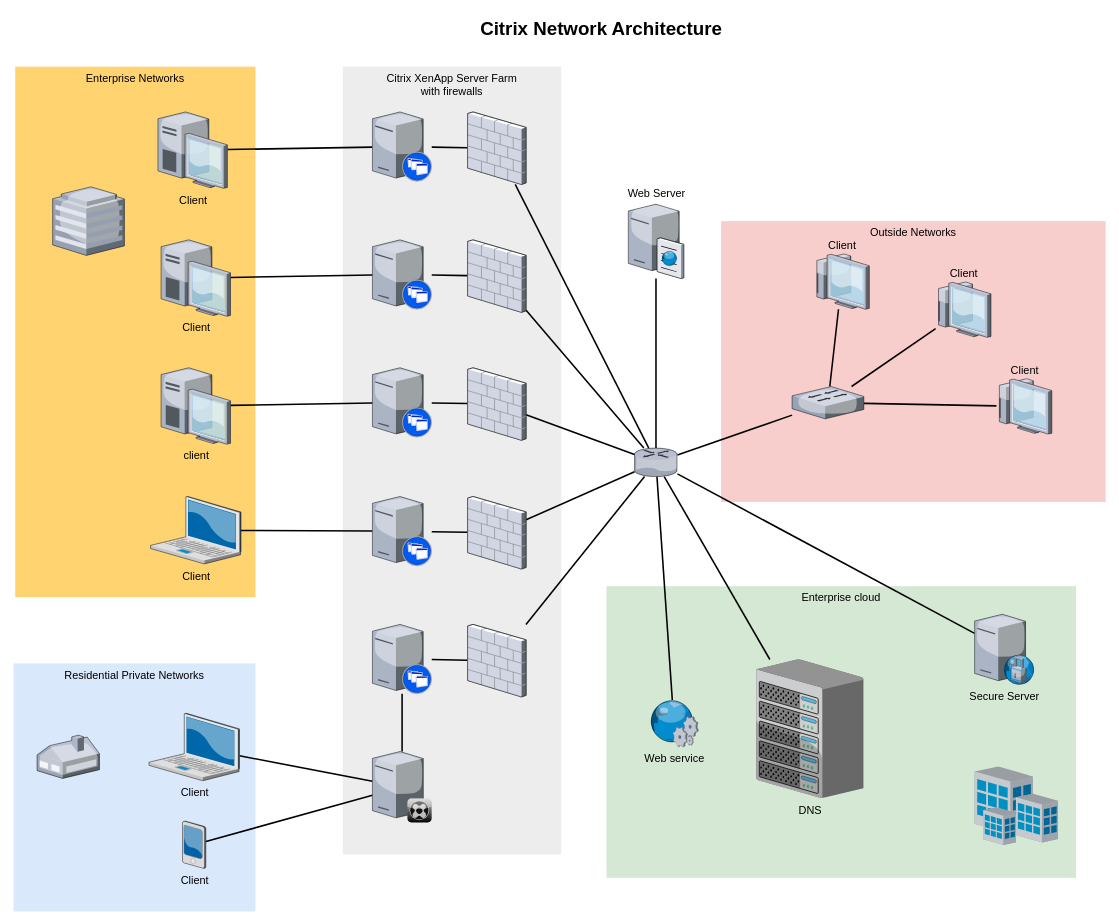
Earlier version of the draw.io diagram Untitled Diagram.drawio (luube4r/Lululand). Source tidied: cells renumbered, new cells numbered last; positions are measured from the earlier drawing's top-left corner, leaving out a move shared by most shapes. Both pictures are drawn from the tidied source at 78%, with x=0, y=0 at pixel (13, 13).
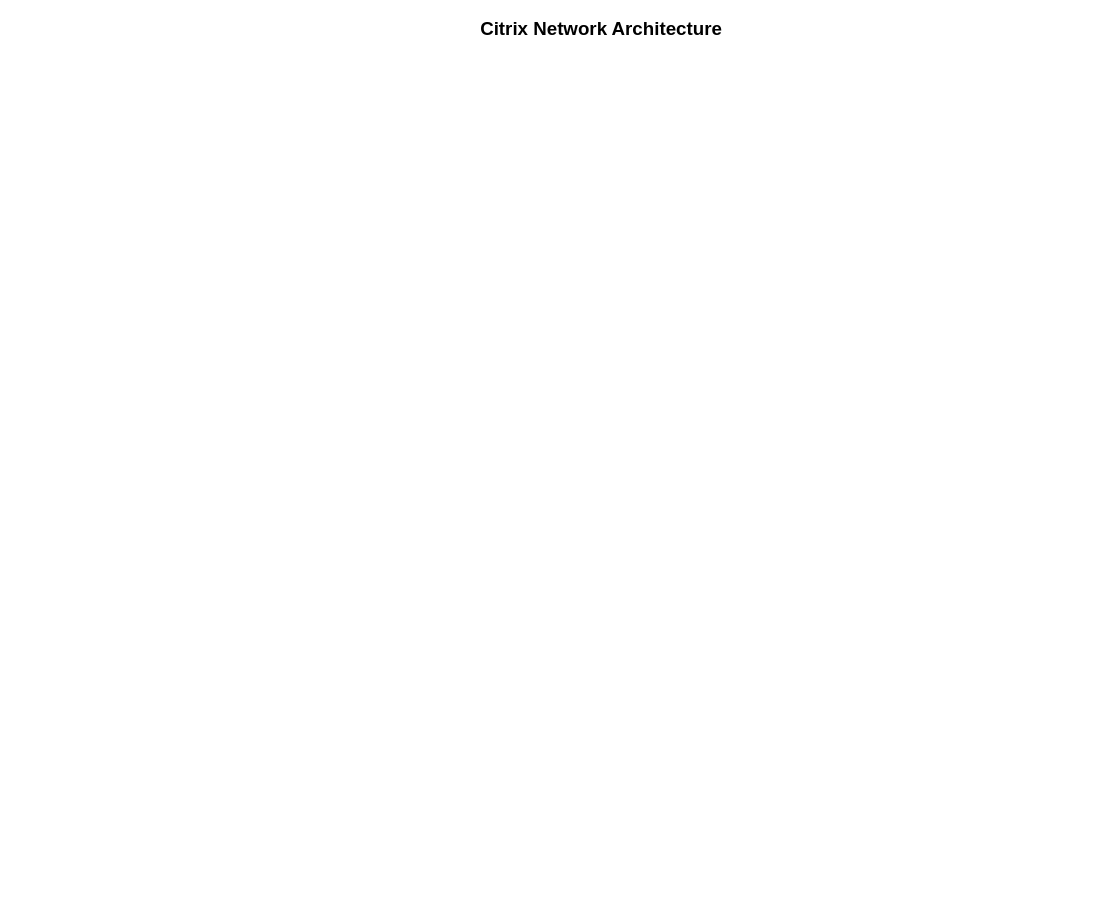
The same diagram, later.

Commit message:
LuluLand Topography

Change to the diagram source:
```diff
@@
-    <mxCell id="2" value="Outside Networks" style="whiteSpace=wrap;html=1;fillColor=#f8cecc;fontSize=14;strokeColor=none;verticalAlign=top;" parent="1" vertex="1">
-      <mxGeometry x="907" y="266" width="493" height="360" as="geometry" />
-    </mxCell>
-    <mxCell id="3" value="Enterprise cloud" style="whiteSpace=wrap;html=1;fillColor=#d5e8d4;fontSize=14;strokeColor=none;verticalAlign=top;" parent="1" vertex="1">
-      <mxGeometry x="760" y="734" width="602" height="374" as="geometry" />
-    </mxCell>
-    <mxCell id="4" value="Citrix XenApp Server Farm&lt;div&gt;with firewalls&lt;/div&gt;" style="whiteSpace=wrap;html=1;fillColor=#EDEDED;fontSize=14;strokeColor=none;verticalAlign=top;" parent="1" vertex="1">
-      <mxGeometry x="422" y="68" width="280" height="1010" as="geometry" />
-    </mxCell>
-    <mxCell id="5" value="Residential Private Networks" style="whiteSpace=wrap;html=1;fillColor=#dae8fc;fontSize=14;strokeColor=none;verticalAlign=top;" parent="1" vertex="1">
-      <mxGeometry y="833" width="310" height="318" as="geometry" />
-    </mxCell>
-    <mxCell id="6" value="Enterprise Networks" style="whiteSpace=wrap;html=1;fillColor=#FFD470;gradientColor=none;fontSize=14;strokeColor=none;verticalAlign=top;" parent="1" vertex="1">
-      <mxGeometry x="2" y="68" width="308" height="680" as="geometry" />
-    </mxCell>
-    <mxCell id="7" style="edgeStyle=none;rounded=0;html=1;startSize=10;endSize=10;jettySize=auto;fontSize=14;endArrow=none;endFill=0;strokeWidth=2;" parent="1" edge="1" source="8" target="35">
-      <mxGeometry relative="1" as="geometry" />
-    </mxCell>
-    <mxCell id="8" value="Client" style="verticalLabelPosition=bottom;html=1;verticalAlign=top;strokeColor=none;shape=mxgraph.citrix.laptop_2;fillColor=#66B2FF;gradientColor=#0066CC;fontSize=14;" parent="1" vertex="1">
-      <mxGeometry x="173.5" y="897" width="116" height="86.5" as="geometry" />
-    </mxCell>
-    <mxCell id="9" style="edgeStyle=none;rounded=0;html=1;startSize=10;endSize=10;jettySize=auto;fontSize=14;endArrow=none;endFill=0;strokeWidth=2;" parent="1" edge="1" source="10" target="22">
-      <mxGeometry relative="1" as="geometry" />
-    </mxCell>
-    <mxCell id="10" value="Client" style="verticalLabelPosition=bottom;html=1;verticalAlign=top;strokeColor=none;shape=mxgraph.citrix.laptop_2;fillColor=#66B2FF;gradientColor=#0066CC;fontSize=14;" parent="1" vertex="1">
-      <mxGeometry x="175.5" y="619" width="116" height="86.5" as="geometry" />
-    </mxCell>
-    <mxCell id="11" style="edgeStyle=none;rounded=0;html=1;startSize=10;endSize=10;jettySize=auto;fontSize=14;endArrow=none;endFill=0;strokeWidth=2;" parent="1" edge="1" source="12" target="24">
-      <mxGeometry relative="1" as="geometry" />
-    </mxCell>
-    <mxCell id="12" value="client" style="verticalLabelPosition=bottom;html=1;verticalAlign=top;strokeColor=none;shape=mxgraph.citrix.desktop;fillColor=#66B2FF;gradientColor=#0066CC;fontSize=14;" parent="1" vertex="1">
-      <mxGeometry x="189" y="454" width="89" height="98" as="geometry" />
-    </mxCell>
-    <mxCell id="13" style="edgeStyle=none;rounded=0;html=1;startSize=10;endSize=10;jettySize=auto;fontSize=14;endArrow=none;endFill=0;strokeWidth=2;" parent="1" edge="1" source="14" target="26">
-      <mxGeometry relative="1" as="geometry" />
-    </mxCell>
-    <mxCell id="14" value="Client" style="verticalLabelPosition=bottom;html=1;verticalAlign=top;strokeColor=none;shape=mxgraph.citrix.desktop;fillColor=#66B2FF;gradientColor=#0066CC;fontSize=14;" parent="1" vertex="1">
-      <mxGeometry x="189" y="290" width="89" height="98" as="geometry" />
-    </mxCell>
-    <mxCell id="15" style="edgeStyle=none;rounded=0;html=1;startSize=10;endSize=10;jettySize=auto;fontSize=14;endArrow=none;endFill=0;strokeWidth=2;" parent="1" edge="1" source="16" target="28">
-      <mxGeometry relative="1" as="geometry" />
-    </mxCell>
-    <mxCell id="16" value="Client" style="verticalLabelPosition=bottom;html=1;verticalAlign=top;strokeColor=none;shape=mxgraph.citrix.desktop;fillColor=#66B2FF;gradientColor=#0066CC;fontSize=14;" parent="1" vertex="1">
-      <mxGeometry x="185" y="126" width="89" height="98" as="geometry" />
-    </mxCell>
-    <mxCell id="17" style="edgeStyle=none;rounded=0;html=1;startSize=10;endSize=10;jettySize=auto;fontSize=14;endArrow=none;endFill=0;strokeWidth=2;" parent="1" edge="1" source="18" target="35">
-      <mxGeometry relative="1" as="geometry" />
-    </mxCell>
-    <mxCell id="18" value="Client" style="verticalLabelPosition=bottom;html=1;verticalAlign=top;strokeColor=none;shape=mxgraph.citrix.pda;fillColor=#66B2FF;gradientColor=#0066CC;fontSize=14;" parent="1" vertex="1">
-      <mxGeometry x="216.5" y="1035" width="30" height="61" as="geometry" />
-    </mxCell>
-    <mxCell id="19" style="edgeStyle=none;rounded=0;html=1;startSize=10;endSize=10;jettySize=auto;fontSize=14;endArrow=none;endFill=0;strokeWidth=2;" parent="1" edge="1" source="20" target="47">
-      <mxGeometry relative="1" as="geometry" />
-    </mxCell>
-    <mxCell id="20" style="verticalLabelPosition=bottom;html=1;verticalAlign=top;strokeColor=none;shape=mxgraph.citrix.xenapp_server;fillColor=#66B2FF;gradientColor=#0066CC;fontSize=14;" parent="1" vertex="1">
-      <mxGeometry x="460" y="783" width="76" height="89" as="geometry" />
-    </mxCell>
-    <mxCell id="21" style="edgeStyle=none;rounded=0;html=1;startSize=10;endSize=10;jettySize=auto;fontSize=14;endArrow=none;endFill=0;strokeWidth=2;" parent="1" edge="1" source="22" target="45">
-      <mxGeometry relative="1" as="geometry" />
-    </mxCell>
-    <mxCell id="22" style="verticalLabelPosition=bottom;html=1;verticalAlign=top;strokeColor=none;shape=mxgraph.citrix.xenapp_server;fillColor=#66B2FF;gradientColor=#0066CC;fontSize=14;" parent="1" vertex="1">
-      <mxGeometry x="460" y="619" width="76" height="89" as="geometry" />
-    </mxCell>
-    <mxCell id="23" style="edgeStyle=none;rounded=0;html=1;startSize=10;endSize=10;jettySize=auto;fontSize=14;endArrow=none;endFill=0;strokeWidth=2;" parent="1" edge="1" source="24" target="43">
-      <mxGeometry relative="1" as="geometry" />
-    </mxCell>
-    <mxCell id="24" style="verticalLabelPosition=bottom;html=1;verticalAlign=top;strokeColor=none;shape=mxgraph.citrix.xenapp_server;fillColor=#66B2FF;gradientColor=#0066CC;fontSize=14;" parent="1" vertex="1">
-      <mxGeometry x="460" y="454" width="76" height="89" as="geometry" />
-    </mxCell>
-    <mxCell id="25" style="edgeStyle=none;rounded=0;html=1;startSize=10;endSize=10;jettySize=auto;fontSize=14;endArrow=none;endFill=0;strokeWidth=2;" parent="1" edge="1" source="26" target="41">
-      <mxGeometry relative="1" as="geometry" />
-    </mxCell>
-    <mxCell id="26" style="verticalLabelPosition=bottom;html=1;verticalAlign=top;strokeColor=none;shape=mxgraph.citrix.xenapp_server;fillColor=#66B2FF;gradientColor=#0066CC;fontSize=14;" parent="1" vertex="1">
-      <mxGeometry x="460" y="290" width="76" height="89" as="geometry" />
-    </mxCell>
-    <mxCell id="27" style="edgeStyle=none;rounded=0;html=1;startSize=10;endSize=10;jettySize=auto;fontSize=14;endArrow=none;endFill=0;strokeWidth=2;" parent="1" edge="1" source="28" target="39">
-      <mxGeometry relative="1" as="geometry" />
-    </mxCell>
-    <mxCell id="28" style="verticalLabelPosition=bottom;html=1;verticalAlign=top;strokeColor=none;shape=mxgraph.citrix.xenapp_server;fillColor=#66B2FF;gradientColor=#0066CC;fontSize=14;" parent="1" vertex="1">
-      <mxGeometry x="460" y="126" width="76" height="89" as="geometry" />
-    </mxCell>
-    <mxCell id="29" style="edgeStyle=none;rounded=0;html=1;startSize=10;endSize=10;jettySize=auto;fontSize=14;endArrow=none;endFill=0;strokeWidth=2;" parent="1" edge="1" source="33" target="37">
-      <mxGeometry relative="1" as="geometry" />
-    </mxCell>
-    <mxCell id="30" style="edgeStyle=none;rounded=0;html=1;startSize=10;endSize=10;jettySize=auto;fontSize=14;endArrow=none;endFill=0;strokeWidth=2;" parent="1" edge="1" source="33" target="36">
-      <mxGeometry relative="1" as="geometry" />
-    </mxCell>
-    <mxCell id="31" style="edgeStyle=none;rounded=0;html=1;startSize=10;endSize=10;jettySize=auto;fontSize=14;endArrow=none;endFill=0;strokeWidth=2;" parent="1" edge="1" source="33" target="54">
-      <mxGeometry relative="1" as="geometry" />
-    </mxCell>
-    <mxCell id="32" style="edgeStyle=none;rounded=0;html=1;startSize=10;endSize=10;jettySize=auto;fontSize=14;endArrow=none;endFill=0;strokeWidth=2;" parent="1" edge="1" source="33" target="50">
-      <mxGeometry relative="1" as="geometry" />
-    </mxCell>
-    <mxCell id="33" style="verticalLabelPosition=bottom;html=1;verticalAlign=top;strokeColor=none;shape=mxgraph.citrix.router;fillColor=#66B2FF;gradientColor=#0066CC;fontSize=14;" parent="1" vertex="1">
-      <mxGeometry x="796" y="557" width="55" height="36.5" as="geometry" />
-    </mxCell>
-    <mxCell id="34" style="edgeStyle=none;rounded=0;html=1;startSize=10;endSize=10;jettySize=auto;fontSize=14;endArrow=none;endFill=0;strokeWidth=2;" parent="1" edge="1" source="35" target="20">
-      <mxGeometry relative="1" as="geometry" />
-    </mxCell>
-    <mxCell id="35" style="verticalLabelPosition=bottom;html=1;verticalAlign=top;strokeColor=none;shape=mxgraph.citrix.xenclient_synchronizer;fillColor=#CCCCCC;gradientColor=#000000;gradientDirection=south;fontSize=14;" parent="1" vertex="1">
-      <mxGeometry x="460" y="946" width="76" height="91" as="geometry" />
-    </mxCell>
-    <mxCell id="36" value="Web Server" style="verticalLabelPosition=top;html=1;verticalAlign=bottom;strokeColor=none;shape=mxgraph.citrix.cache_server;fillColor=#66B2FF;gradientColor=#0066CC;fontSize=14;labelPosition=center;align=center;" parent="1" vertex="1">
-      <mxGeometry x="788" y="242" width="71" height="97.5" as="geometry" />
-    </mxCell>
-    <mxCell id="37" value="DNS" style="verticalLabelPosition=bottom;html=1;verticalAlign=top;strokeColor=none;shape=mxgraph.citrix.chassis;fillColor=#66B2FF;gradientColor=#0066CC;fontSize=14;" parent="1" vertex="1">
-      <mxGeometry x="952" y="828" width="137.5" height="177.5" as="geometry" />
-    </mxCell>
-    <mxCell id="38" style="edgeStyle=none;rounded=0;html=1;startSize=10;endSize=10;jettySize=auto;fontSize=14;endArrow=none;endFill=0;strokeWidth=2;" parent="1" edge="1" source="39" target="33">
-      <mxGeometry relative="1" as="geometry" />
-    </mxCell>
-    <mxCell id="39" style="verticalLabelPosition=bottom;html=1;verticalAlign=top;strokeColor=none;shape=mxgraph.citrix.firewall;fillColor=#66B2FF;gradientColor=#0066CC;fontSize=14;" parent="1" vertex="1">
-      <mxGeometry x="582" y="126" width="75" height="93" as="geometry" />
-    </mxCell>
-    <mxCell id="40" style="edgeStyle=none;rounded=0;html=1;startSize=10;endSize=10;jettySize=auto;fontSize=14;endArrow=none;endFill=0;strokeWidth=2;" parent="1" edge="1" source="41" target="33">
-      <mxGeometry relative="1" as="geometry" />
-    </mxCell>
-    <mxCell id="41" style="verticalLabelPosition=bottom;html=1;verticalAlign=top;strokeColor=none;shape=mxgraph.citrix.firewall;fillColor=#66B2FF;gradientColor=#0066CC;fontSize=14;" parent="1" vertex="1">
-      <mxGeometry x="582" y="290" width="75" height="93" as="geometry" />
-    </mxCell>
-    <mxCell id="42" style="edgeStyle=none;rounded=0;html=1;startSize=10;endSize=10;jettySize=auto;fontSize=14;endArrow=none;endFill=0;strokeWidth=2;" parent="1" edge="1" source="43" target="33">
-      <mxGeometry relative="1" as="geometry" />
-    </mxCell>
-    <mxCell id="43" style="verticalLabelPosition=bottom;html=1;verticalAlign=top;strokeColor=none;shape=mxgraph.citrix.firewall;fillColor=#66B2FF;gradientColor=#0066CC;fontSize=14;" parent="1" vertex="1">
-      <mxGeometry x="582" y="454" width="75" height="93" as="geometry" />
-    </mxCell>
-    <mxCell id="44" style="edgeStyle=none;rounded=0;html=1;startSize=10;endSize=10;jettySize=auto;fontSize=14;endArrow=none;endFill=0;strokeWidth=2;" parent="1" edge="1" source="45" target="33">
-      <mxGeometry relative="1" as="geometry" />
-    </mxCell>
-    <mxCell id="45" style="verticalLabelPosition=bottom;html=1;verticalAlign=top;strokeColor=none;shape=mxgraph.citrix.firewall;fillColor=#66B2FF;gradientColor=#0066CC;fontSize=14;" parent="1" vertex="1">
-      <mxGeometry x="582" y="619" width="75" height="93" as="geometry" />
-    </mxCell>
-    <mxCell id="46" style="edgeStyle=none;rounded=0;html=1;startSize=10;endSize=10;jettySize=auto;fontSize=14;endArrow=none;endFill=0;strokeWidth=2;" parent="1" edge="1" source="47" target="33">
-      <mxGeometry relative="1" as="geometry" />
-    </mxCell>
-    <mxCell id="47" style="verticalLabelPosition=bottom;html=1;verticalAlign=top;strokeColor=none;shape=mxgraph.citrix.firewall;fillColor=#66B2FF;gradientColor=#0066CC;fontSize=14;" parent="1" vertex="1">
-      <mxGeometry x="582" y="783" width="75" height="93" as="geometry" />
-    </mxCell>
-    <mxCell id="48" style="verticalLabelPosition=bottom;html=1;verticalAlign=top;strokeColor=none;shape=mxgraph.citrix.home_office;fillColor=#66B2FF;gradientColor=#0066CC;fontSize=14;" parent="1" vertex="1">
-      <mxGeometry x="30" y="925" width="80" height="55.5" as="geometry" />
-    </mxCell>
-    <mxCell id="49" style="verticalLabelPosition=bottom;html=1;verticalAlign=top;strokeColor=none;shape=mxgraph.citrix.hq_enterprise;fillColor=#66B2FF;gradientColor=#0066CC;fontSize=14;" parent="1" vertex="1">
-      <mxGeometry x="50" y="222" width="92" height="88" as="geometry" />
-    </mxCell>
-    <mxCell id="50" value="Secure Server" style="verticalLabelPosition=bottom;html=1;verticalAlign=top;strokeColor=none;shape=mxgraph.citrix.proxy_server;fillColor=#66B2FF;gradientColor=#0066CC;fontSize=14;" parent="1" vertex="1">
-      <mxGeometry x="1232" y="770" width="76.5" height="90" as="geometry" />
-    </mxCell>
-    <mxCell id="51" style="edgeStyle=none;rounded=0;html=1;startSize=10;endSize=10;jettySize=auto;fontSize=14;endArrow=none;endFill=0;strokeWidth=2;" parent="1" edge="1" source="54" target="57">
-      <mxGeometry relative="1" as="geometry" />
-    </mxCell>
-    <mxCell id="52" style="edgeStyle=none;rounded=0;html=1;startSize=10;endSize=10;jettySize=auto;fontSize=14;endArrow=none;endFill=0;strokeWidth=2;" parent="1" edge="1" source="54" target="56">
-      <mxGeometry relative="1" as="geometry" />
-    </mxCell>
-    <mxCell id="53" style="edgeStyle=none;rounded=0;html=1;startSize=10;endSize=10;jettySize=auto;fontSize=14;endArrow=none;endFill=0;strokeWidth=2;" parent="1" edge="1" source="54" target="55">
-      <mxGeometry relative="1" as="geometry" />
-    </mxCell>
-    <mxCell id="54" style="verticalLabelPosition=bottom;html=1;verticalAlign=top;strokeColor=none;shape=mxgraph.citrix.switch;fillColor=#66B2FF;gradientColor=#0066CC;fontSize=14;" parent="1" vertex="1">
-      <mxGeometry x="998" y="478" width="92" height="41.5" as="geometry" />
-    </mxCell>
-    <mxCell id="55" value="Client" style="verticalLabelPosition=top;html=1;verticalAlign=bottom;strokeColor=none;shape=mxgraph.citrix.thin_client;fillColor=#66B2FF;gradientColor=#0066CC;fontSize=14;labelPosition=center;align=center;" parent="1" vertex="1">
-      <mxGeometry x="1260" y="468" width="71" height="71" as="geometry" />
-    </mxCell>
-    <mxCell id="56" value="Client" style="verticalLabelPosition=top;html=1;verticalAlign=bottom;strokeColor=none;shape=mxgraph.citrix.thin_client;fillColor=#66B2FF;gradientColor=#0066CC;fontSize=14;labelPosition=center;align=center;" parent="1" vertex="1">
-      <mxGeometry x="1182" y="344" width="71" height="71" as="geometry" />
-    </mxCell>
-    <mxCell id="57" value="Client" style="verticalLabelPosition=top;html=1;verticalAlign=bottom;strokeColor=none;shape=mxgraph.citrix.thin_client;fillColor=#66B2FF;gradientColor=#0066CC;fontSize=14;labelPosition=center;align=center;" parent="1" vertex="1">
-      <mxGeometry x="1026" y="308" width="71" height="71" as="geometry" />
-    </mxCell>
-    <mxCell id="58" style="edgeStyle=none;rounded=0;html=1;startSize=10;endSize=10;jettySize=auto;fontSize=14;endArrow=none;endFill=0;strokeWidth=2;" parent="1" edge="1" source="59" target="33">
-      <mxGeometry relative="1" as="geometry" />
-    </mxCell>
-    <mxCell id="59" value="Web service" style="verticalLabelPosition=bottom;html=1;verticalAlign=top;strokeColor=none;shape=mxgraph.citrix.web_service;fillColor=#66B2FF;gradientColor=#0066CC;fontSize=14;" parent="1" vertex="1">
-      <mxGeometry x="815" y="880" width="63" height="60" as="geometry" />
-    </mxCell>
-    <mxCell id="60" style="verticalLabelPosition=bottom;html=1;verticalAlign=top;strokeColor=none;shape=mxgraph.citrix.site;fillColor=#66B2FF;gradientColor=#0066CC;fontSize=14;" parent="1" vertex="1">
-      <mxGeometry x="1232" y="965" width="107" height="101" as="geometry" />
-    </mxCell>
```
